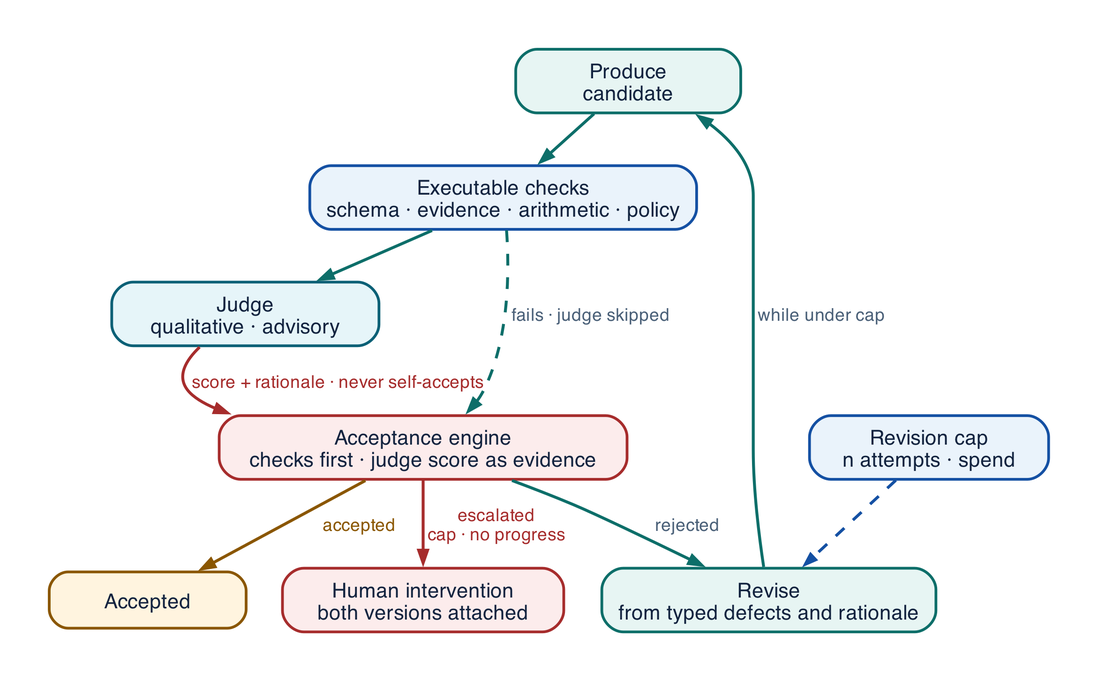
This is assets/diagrams/pattern-reflection.png from rrahimi-uci/building-enterprise-general-intelligence, a Graphviz export, as it was before one commit. Its source is kept beside it as assets/diagrams/src/pattern-reflection.gv.
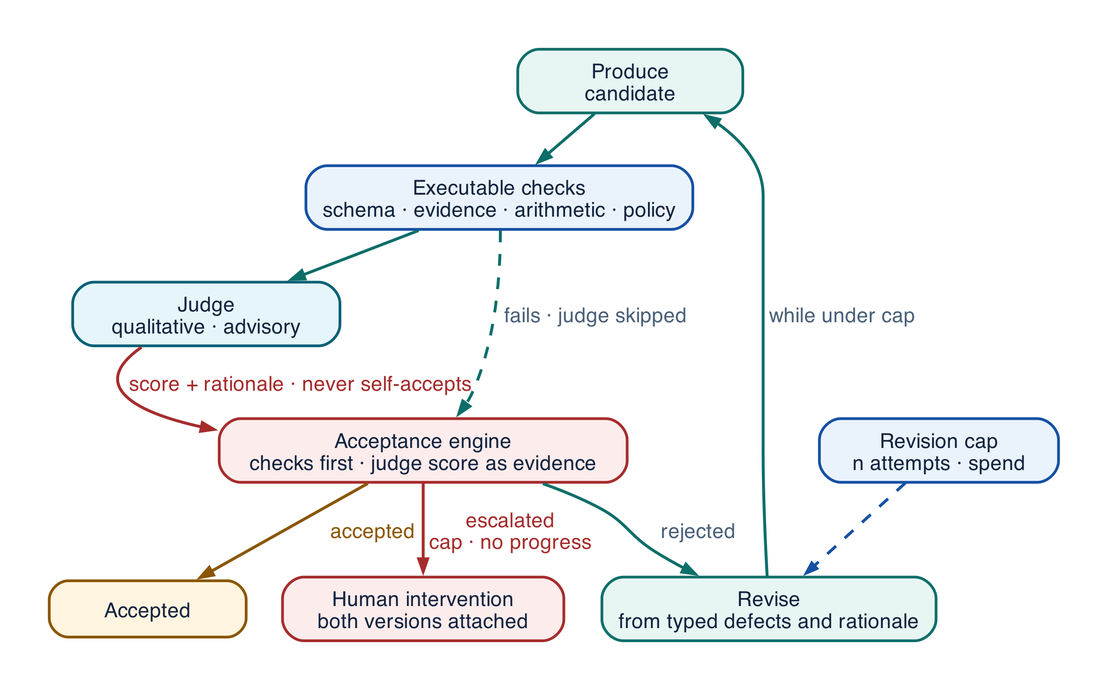
The same diagram one commit later.

What changed in the source:
```diff
@@ -17,12 +17,12 @@
   hum [label="Human intervention\nboth versions attached", fillcolor="#FCECEC", color="#A62C2C", width=2.0]
 
   pro -> chk -> ev
-  chk -> gate [label=" fails · judge skipped", fontsize=9, fontcolor="#4A6078", style=dashed]
-  ev -> gate [color="#A62C2C", label=" score + rationale · never self-accepts", fontsize=9, fontcolor="#A62C2C"]
-  gate -> out [color="#8A5600", label=" accepted", fontsize=9, fontcolor="#8A5600"]
-  gate -> rev [label=" rejected", fontsize=9, fontcolor="#4A6078"]
-  gate -> hum [color="#A62C2C", label=" escalated\n cap · no progress", fontsize=9, fontcolor="#A62C2C"]
-  rev -> pro [label=" while under cap", fontsize=9, fontcolor="#4A6078"]
+  chk -> gate [label=" fails · judge skipped", fontsize=10.5, fontcolor="#4A6078", style=dashed]
+  ev -> gate [color="#A62C2C", label=" score + rationale · never self-accepts", fontsize=10.5, fontcolor="#A62C2C"]
+  gate -> out [color="#8A5600", label=" accepted", fontsize=10.5, fontcolor="#8A5600"]
+  gate -> rev [label=" rejected", fontsize=10.5, fontcolor="#4A6078"]
+  gate -> hum [color="#A62C2C", label=" escalated\n cap · no progress", fontsize=10.5, fontcolor="#A62C2C"]
+  rev -> pro [label=" while under cap", fontsize=10.5, fontcolor="#4A6078"]
   cap -> rev [color="#1450A3", style=dashed, arrowsize=0.55]
 
   { rank = same; out; rev; hum }
```
